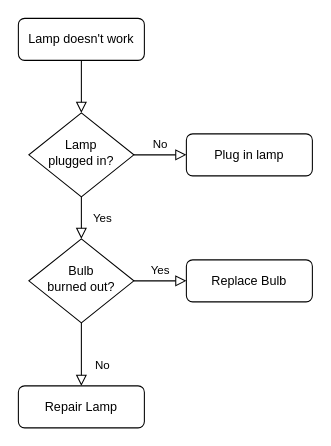
fzuguo/hello-world keeps this draw.io diagram as 未命名绘图.drawio. Above is the earlier version. Source tidied: cells renumbered, new cells numbered last; positions are measured from the earlier drawing's top-left corner, leaving out a move shared by most shapes. Both pictures are drawn from the tidied source at 105%, with x=0, y=0 at pixel (18, 18).
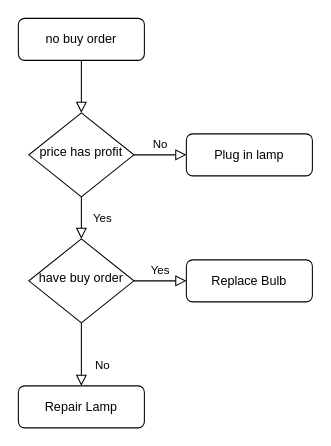
The same page after the edit.

Commit message:
更新未命名绘图.drawio

The edit, as a diff of the source:
```diff
@@
 <mxGraphModel>
   <root>
     <mxCell id="0" />
     <mxCell id="1" parent="0" />
     <mxCell id="2" style="rounded=0;html=1;jettySize=auto;fontSize=11;endArrow=block;endFill=0;endSize=8;strokeWidth=1;shadow=0;labelBackgroundColor=none;edgeStyle=orthogonalEdgeStyle;" parent="1" edge="1" source="3" target="6">
       <mxGeometry relative="1" as="geometry" />
     </mxCell>
-    <mxCell id="3" value="Lamp doesn't work" style="rounded=1;whiteSpace=wrap;html=1;fontSize=12;glass=0;strokeWidth=1;shadow=0;" parent="1" vertex="1">
+    <mxCell id="3" value="no buy order" style="rounded=1;whiteSpace=wrap;html=1;fontSize=12;glass=0;strokeWidth=1;shadow=0;" parent="1" vertex="1">
       <mxGeometry width="120" height="40" as="geometry" />
     </mxCell>
     <mxCell id="4" value="Yes" style="rounded=0;html=1;jettySize=auto;fontSize=11;endArrow=block;endFill=0;endSize=8;strokeWidth=1;shadow=0;labelBackgroundColor=none;edgeStyle=orthogonalEdgeStyle;" parent="1" edge="1" source="6" target="10">
       <mxGeometry y="20" relative="1" as="geometry" />
     </mxCell>
     <mxCell id="5" value="No" style="edgeStyle=orthogonalEdgeStyle;rounded=0;html=1;jettySize=auto;fontSize=11;endArrow=block;endFill=0;endSize=8;strokeWidth=1;shadow=0;labelBackgroundColor=none;" parent="1" edge="1" source="6" target="7">
       <mxGeometry y="10" relative="1" as="geometry" />
     </mxCell>
-    <mxCell id="6" value="Lamp&lt;br&gt;plugged in?" style="rhombus;whiteSpace=wrap;html=1;shadow=0;fontFamily=Helvetica;fontSize=12;align=center;strokeWidth=1;spacing=6;spacingTop=-4;" parent="1" vertex="1">
+    <mxCell id="6" value="price has profit" style="rhombus;whiteSpace=wrap;html=1;shadow=0;fontFamily=Helvetica;fontSize=12;align=center;strokeWidth=1;spacing=6;spacingTop=-4;" parent="1" vertex="1">
       <mxGeometry x="10" y="90" width="100" height="80" as="geometry" />
     </mxCell>
     <mxCell id="7" value="Plug in lamp" style="rounded=1;whiteSpace=wrap;html=1;fontSize=12;glass=0;strokeWidth=1;shadow=0;" parent="1" vertex="1">
       <mxGeometry x="160" y="110" width="120" height="40" as="geometry" />
     </mxCell>
     <mxCell id="8" value="No" style="rounded=0;html=1;jettySize=auto;fontSize=11;endArrow=block;endFill=0;endSize=8;strokeWidth=1;shadow=0;labelBackgroundColor=none;edgeStyle=orthogonalEdgeStyle;" parent="1" edge="1" source="10" target="11">
       <mxGeometry x="0.33" y="20" relative="1" as="geometry" />
     </mxCell>
     <mxCell id="9" value="Yes" style="edgeStyle=orthogonalEdgeStyle;rounded=0;html=1;jettySize=auto;fontSize=11;endArrow=block;endFill=0;endSize=8;strokeWidth=1;shadow=0;labelBackgroundColor=none;" parent="1" edge="1" source="10" target="12">
       <mxGeometry y="10" relative="1" as="geometry" />
     </mxCell>
-    <mxCell id="10" value="Bulb&lt;br&gt;burned out?" style="rhombus;whiteSpace=wrap;html=1;shadow=0;fontFamily=Helvetica;fontSize=12;align=center;strokeWidth=1;spacing=6;spacingTop=-4;" parent="1" vertex="1">
+    <mxCell id="10" value="have buy order" style="rhombus;whiteSpace=wrap;html=1;shadow=0;fontFamily=Helvetica;fontSize=12;align=center;strokeWidth=1;spacing=6;spacingTop=-4;" parent="1" vertex="1">
       <mxGeometry x="10" y="210" width="100" height="80" as="geometry" />
     </mxCell>
     <mxCell id="11" value="Repair Lamp" style="rounded=1;whiteSpace=wrap;html=1;fontSize=12;glass=0;strokeWidth=1;shadow=0;" parent="1" vertex="1">
       <mxGeometry y="350" width="120" height="40" as="geometry" />
     </mxCell>
     <mxCell id="12" value="Replace Bulb" style="rounded=1;whiteSpace=wrap;html=1;fontSize=12;glass=0;strokeWidth=1;shadow=0;" parent="1" vertex="1">
       <mxGeometry x="160" y="230" width="120" height="40" as="geometry" />
     </mxCell>
   </root>
 </mxGraphModel>
```
